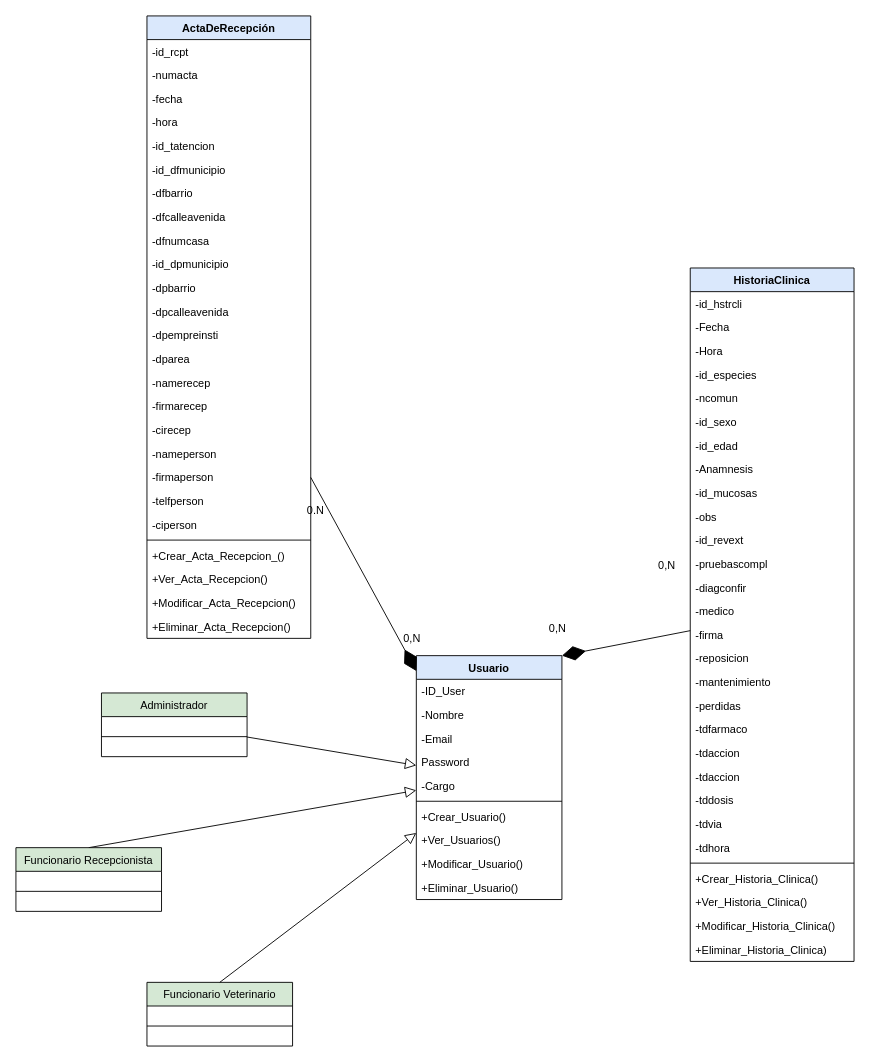
The draw.io diagram page "DiagramaDeClases" (1 of 3) of CEA Proyect/Diagramas&Diseños/DClases&DBDFisicov2.drawio in ludwingx/AppCEA, before the edit. Source tidied: cells renumbered, new cells numbered last; positions are measured from the earlier drawing's top-left corner, leaving out a move shared by most shapes. Both pictures are drawn from the tidied source at 91%, with x=0, y=0 at pixel (15, 15).
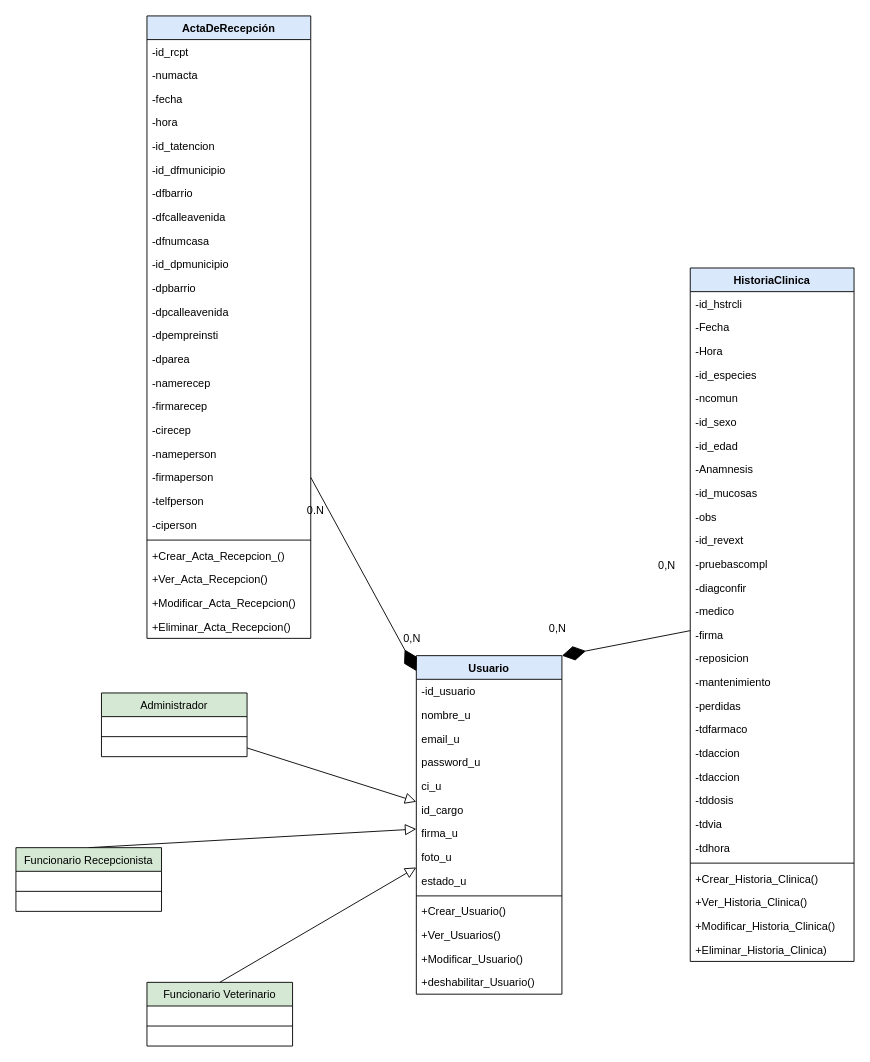
Above is the later version.

What changed in the source:
```diff
@@
     <mxCell id="9" value="Usuario" style="swimlane;fontStyle=1;align=center;verticalAlign=top;horizontal=1;startSize=26;fillColor=#dae8fc;strokeColor=#000000;" parent="1" vertex="1">
-      <mxGeometry x="440" y="703" width="160" height="268" as="geometry" />
+      <mxGeometry x="440" y="703" width="160" height="372" as="geometry" />
     </mxCell>
-    <mxCell id="10" value="-ID_User" style="text;strokeColor=none;fillColor=none;align=left;verticalAlign=top;spacingLeft=4;spacingRight=4;overflow=hidden;" parent="9" vertex="1">
+    <mxCell id="10" value="-id_usuario" style="text;strokeColor=none;fillColor=none;align=left;verticalAlign=top;spacingLeft=4;spacingRight=4;overflow=hidden;" parent="9" vertex="1">
       <mxGeometry y="26" width="160" height="26" as="geometry" />
     </mxCell>
-    <mxCell id="11" value="-Nombre" style="text;strokeColor=none;fillColor=none;align=left;verticalAlign=top;spacingLeft=4;spacingRight=4;overflow=hidden;" parent="9" vertex="1">
+    <mxCell id="11" value="nombre_u" style="text;strokeColor=none;fillColor=none;align=left;verticalAlign=top;spacingLeft=4;spacingRight=4;overflow=hidden;" parent="9" vertex="1">
       <mxGeometry y="52" width="160" height="26" as="geometry" />
     </mxCell>
-    <mxCell id="12" value="-Email" style="text;strokeColor=none;fillColor=none;align=left;verticalAlign=top;spacingLeft=4;spacingRight=4;overflow=hidden;" parent="9" vertex="1">
+    <mxCell id="12" value="email_u" style="text;strokeColor=none;fillColor=none;align=left;verticalAlign=top;spacingLeft=4;spacingRight=4;overflow=hidden;" parent="9" vertex="1">
       <mxGeometry y="78" width="160" height="26" as="geometry" />
     </mxCell>
-    <mxCell id="13" value="Password" style="text;strokeColor=none;fillColor=none;align=left;verticalAlign=top;spacingLeft=4;spacingRight=4;overflow=hidden;" parent="9" vertex="1">
+    <mxCell id="13" value="password_u   " style="text;strokeColor=none;fillColor=none;align=left;verticalAlign=top;spacingLeft=4;spacingRight=4;overflow=hidden;" parent="9" vertex="1">
       <mxGeometry y="104" width="160" height="26" as="geometry" />
     </mxCell>
-    <mxCell id="14" value="-Cargo" style="text;strokeColor=none;fillColor=none;align=left;verticalAlign=top;spacingLeft=4;spacingRight=4;overflow=hidden;" parent="9" vertex="1">
+    <mxCell id="14" value="ci_u" style="text;strokeColor=none;fillColor=none;align=left;verticalAlign=top;spacingLeft=4;spacingRight=4;overflow=hidden;" parent="9" vertex="1">
       <mxGeometry y="130" width="160" height="26" as="geometry" />
     </mxCell>
+    <mxCell id="85" value="id_cargo" style="text;strokeColor=none;fillColor=none;align=left;verticalAlign=top;spacingLeft=4;spacingRight=4;overflow=hidden;" parent="9" vertex="1">
+      <mxGeometry y="156" width="160" height="26" as="geometry" />
+    </mxCell>
+    <mxCell id="86" value="firma_u" style="text;strokeColor=none;fillColor=none;align=left;verticalAlign=top;spacingLeft=4;spacingRight=4;overflow=hidden;" parent="9" vertex="1">
+      <mxGeometry y="182" width="160" height="26" as="geometry" />
+    </mxCell>
+    <mxCell id="87" value="foto_u" style="text;strokeColor=none;fillColor=none;align=left;verticalAlign=top;spacingLeft=4;spacingRight=4;overflow=hidden;" parent="9" vertex="1">
+      <mxGeometry y="208" width="160" height="26" as="geometry" />
+    </mxCell>
+    <mxCell id="88" value="estado_u" style="text;strokeColor=none;fillColor=none;align=left;verticalAlign=top;spacingLeft=4;spacingRight=4;overflow=hidden;" parent="9" vertex="1">
+      <mxGeometry y="234" width="160" height="26" as="geometry" />
+    </mxCell>
     <mxCell id="15" style="line;strokeWidth=1;fillColor=none;align=left;verticalAlign=middle;spacingTop=-1;spacingLeft=3;spacingRight=3;labelPosition=right;" parent="9" vertex="1">
-      <mxGeometry y="156" width="160" height="8" as="geometry" />
+      <mxGeometry y="260" width="160" height="8" as="geometry" />
     </mxCell>
     <mxCell id="16" value="+Crear_Usuario()" style="text;strokeColor=none;fillColor=none;align=left;verticalAlign=top;spacingLeft=4;spacingRight=4;overflow=hidden;" parent="9" vertex="1">
-      <mxGeometry y="164" width="160" height="26" as="geometry" />
+      <mxGeometry y="268" width="160" height="26" as="geometry" />
     </mxCell>
     <mxCell id="17" value="+Ver_Usuarios()" style="text;strokeColor=none;fillColor=none;align=left;verticalAlign=top;spacingLeft=4;spacingRight=4;overflow=hidden;" parent="9" vertex="1">
-      <mxGeometry y="190" width="160" height="26" as="geometry" />
+      <mxGeometry y="294" width="160" height="26" as="geometry" />
     </mxCell>
     <mxCell id="18" value="+Modificar_Usuario()" style="text;strokeColor=none;fillColor=none;align=left;verticalAlign=top;spacingLeft=4;spacingRight=4;overflow=hidden;" parent="9" vertex="1">
-      <mxGeometry y="216" width="160" height="26" as="geometry" />
+      <mxGeometry y="320" width="160" height="26" as="geometry" />
     </mxCell>
-    <mxCell id="19" value="+Eliminar_Usuario()" style="text;strokeColor=none;fillColor=none;align=left;verticalAlign=top;spacingLeft=4;spacingRight=4;overflow=hidden;" parent="9" vertex="1">
-      <mxGeometry y="242" width="160" height="26" as="geometry" />
+    <mxCell id="19" value="+deshabilitar_Usuario()" style="text;strokeColor=none;fillColor=none;align=left;verticalAlign=top;spacingLeft=4;spacingRight=4;overflow=hidden;" parent="9" vertex="1">
+      <mxGeometry y="346" width="160" height="26" as="geometry" />
     </mxCell>
```
